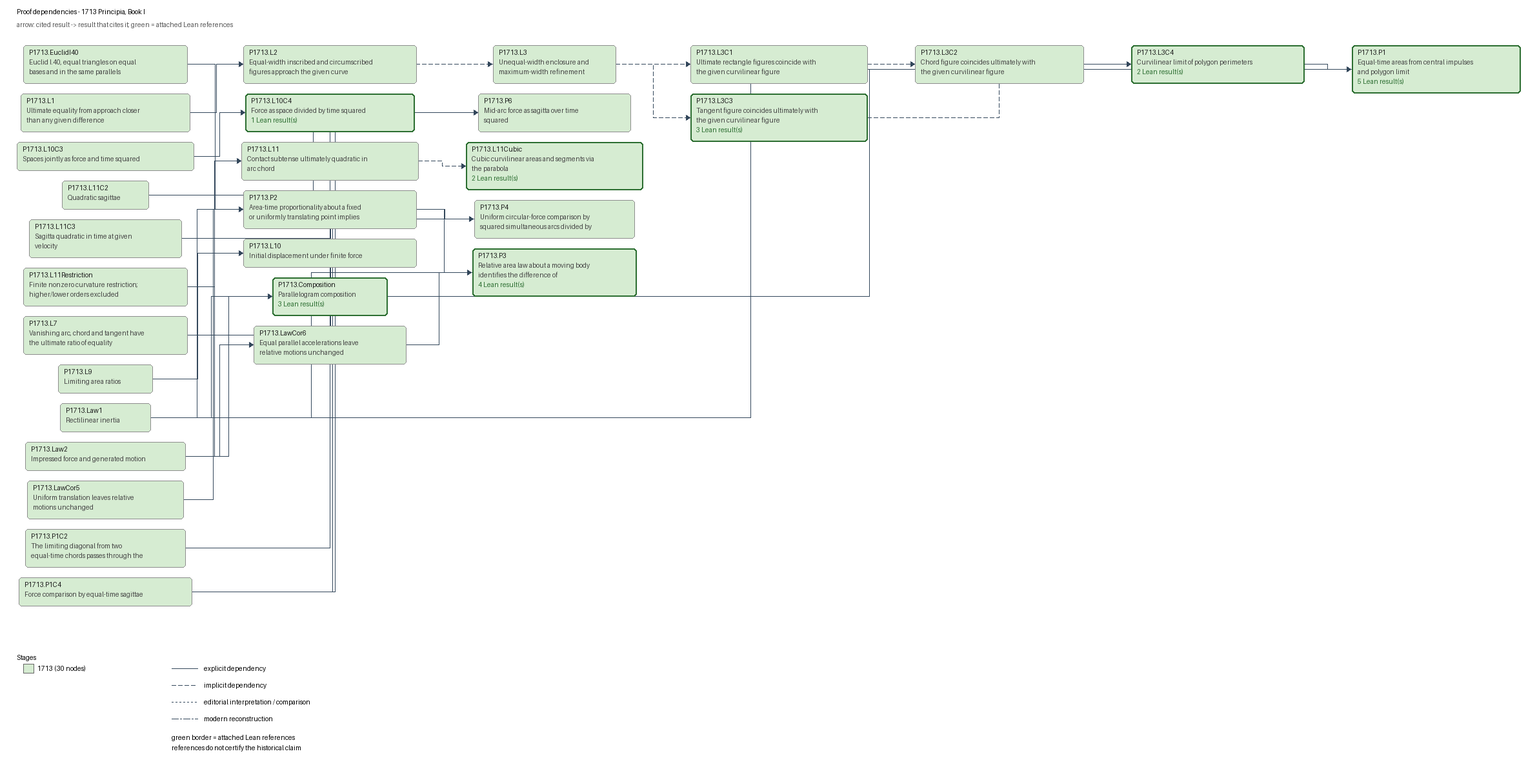
arivero/newtonlean keeps this Graphviz diagram as docs/graphs/proof-1713.png. Above is the earlier version. Its source is kept beside it as docs/graphs/proof-1713.dot.
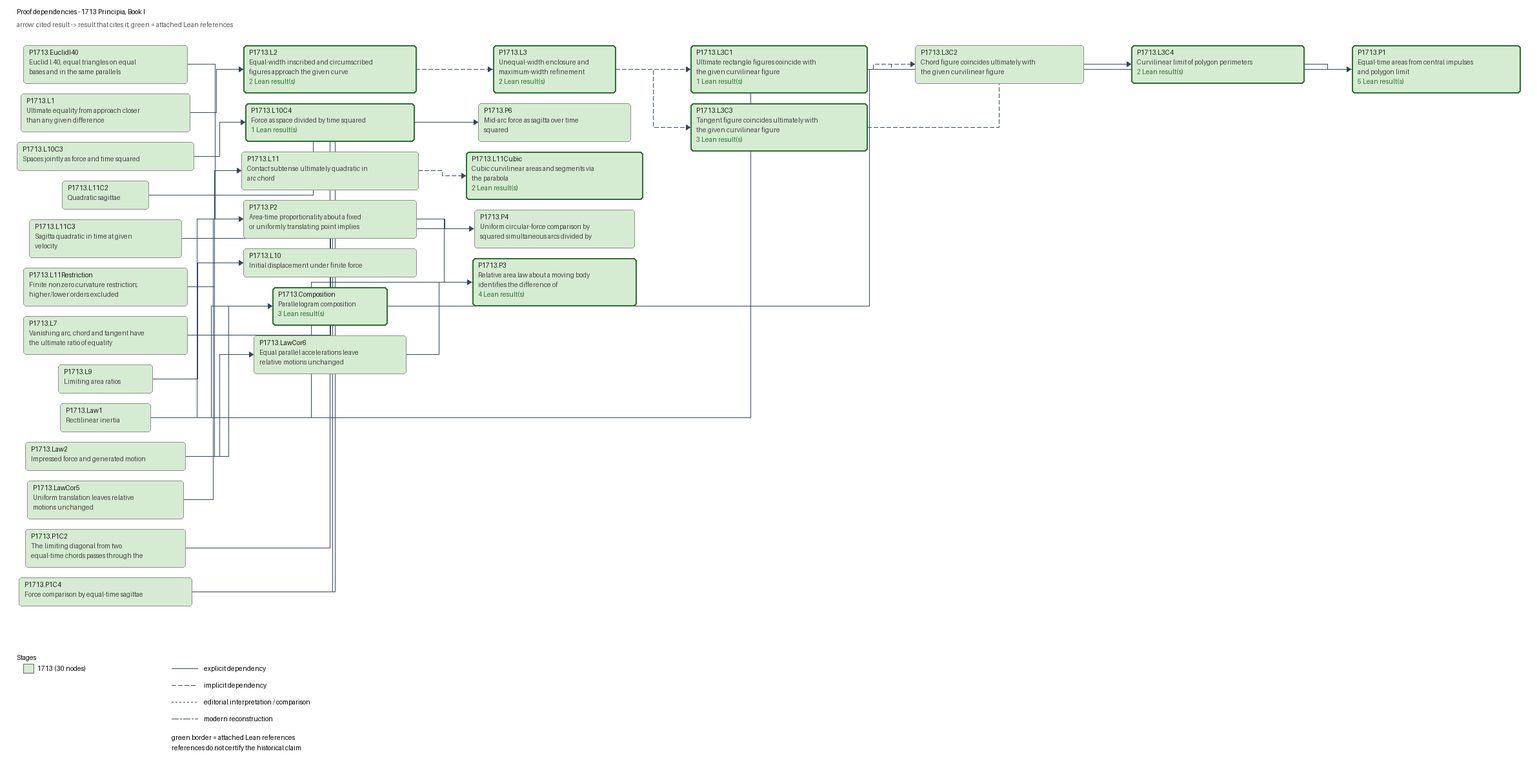
After the change.

The edit, as a diff of the source:
```diff
@@ -12,9 +12,9 @@
   "P1713.L11C3" [label="P1713.L11C3\nSagitta quadratic in time at given\nvelocity", fillcolor="#d6ecd2", color="#8d8d8d", penwidth=1];
   "P1713.L11Cubic" [label="P1713.L11Cubic\nCubic curvilinear areas and segments via\nthe parabola\n2 Lean result(s)", fillcolor="#d6ecd2", color="#2c6e31", penwidth=2];
   "P1713.L11Restriction" [label="P1713.L11Restriction\nFinite nonzero curvature restriction;\nhigher/lower orders excluded", fillcolor="#d6ecd2", color="#8d8d8d", penwidth=1];
-  "P1713.L2" [label="P1713.L2\nEqual-width inscribed and circumscribed\nfigures approach the given curve", fillcolor="#d6ecd2", color="#8d8d8d", penwidth=1];
-  "P1713.L3" [label="P1713.L3\nUnequal-width enclosure and\nmaximum-width refinement", fillcolor="#d6ecd2", color="#8d8d8d", penwidth=1];
-  "P1713.L3C1" [label="P1713.L3C1\nUltimate rectangle figures coincide with\nthe given curvilinear figure", fillcolor="#d6ecd2", color="#8d8d8d", penwidth=1];
+  "P1713.L2" [label="P1713.L2\nEqual-width inscribed and circumscribed\nfigures approach the given curve\n2 Lean result(s)", fillcolor="#d6ecd2", color="#2c6e31", penwidth=2];
+  "P1713.L3" [label="P1713.L3\nUnequal-width enclosure and\nmaximum-width refinement\n2 Lean result(s)", fillcolor="#d6ecd2", color="#2c6e31", penwidth=2];
+  "P1713.L3C1" [label="P1713.L3C1\nUltimate rectangle figures coincide with\nthe given curvilinear figure\n1 Lean result(s)", fillcolor="#d6ecd2", color="#2c6e31", penwidth=2];
   "P1713.L3C2" [label="P1713.L3C2\nChord figure coincides ultimately with\nthe given curvilinear figure", fillcolor="#d6ecd2", color="#8d8d8d", penwidth=1];
   "P1713.L3C3" [label="P1713.L3C3\nTangent figure coincides ultimately with\nthe given curvilinear figure\n3 Lean result(s)", fillcolor="#d6ecd2", color="#2c6e31", penwidth=2];
   "P1713.L3C4" [label="P1713.L3C4\nCurvilinear limit of polygon perimeters\n2 Lean result(s)", fillcolor="#d6ecd2", color="#2c6e31", penwidth=2];
```
